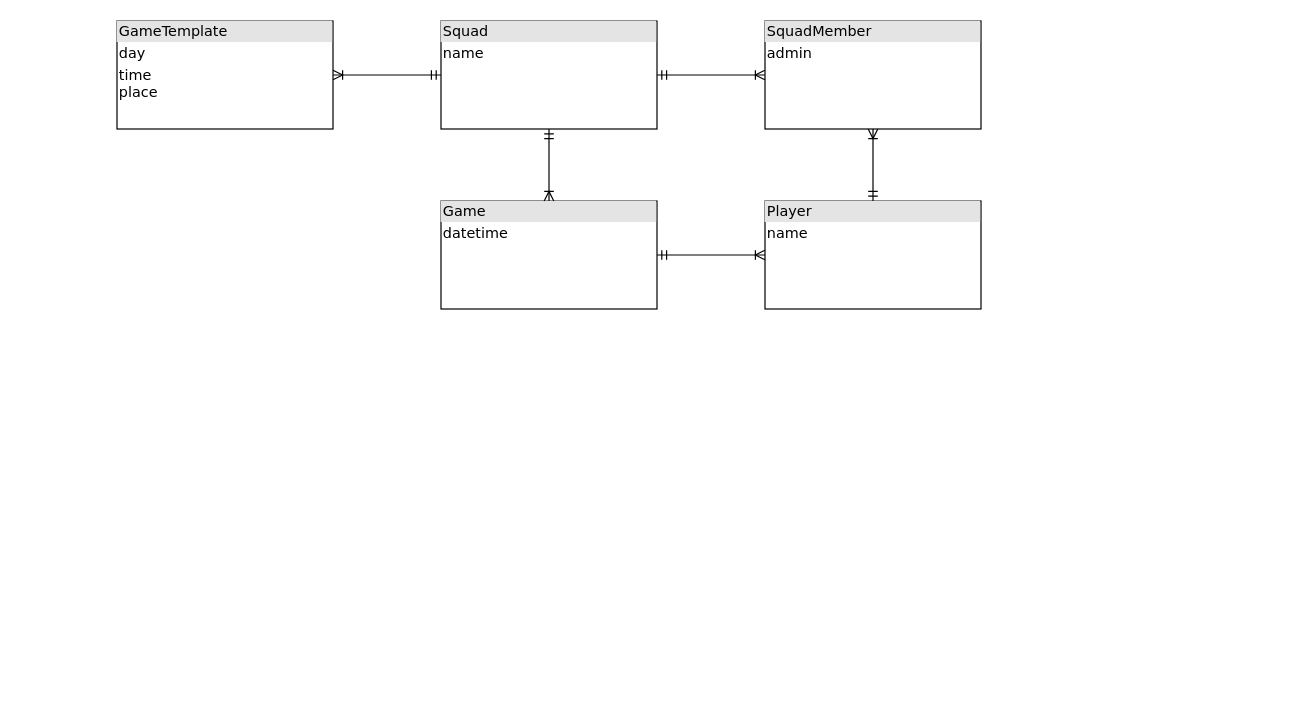
The draw.io diagram Untitled Diagram.drawio in aslakhellesoy/unpredictabletank, before the edit. Source tidied: cells renumbered, new cells numbered last; positions are measured from the earlier drawing's top-left corner, leaving out a move shared by most shapes. Both pictures are drawn from the tidied source at 120%, with x=0, y=0 at pixel (116, 20).
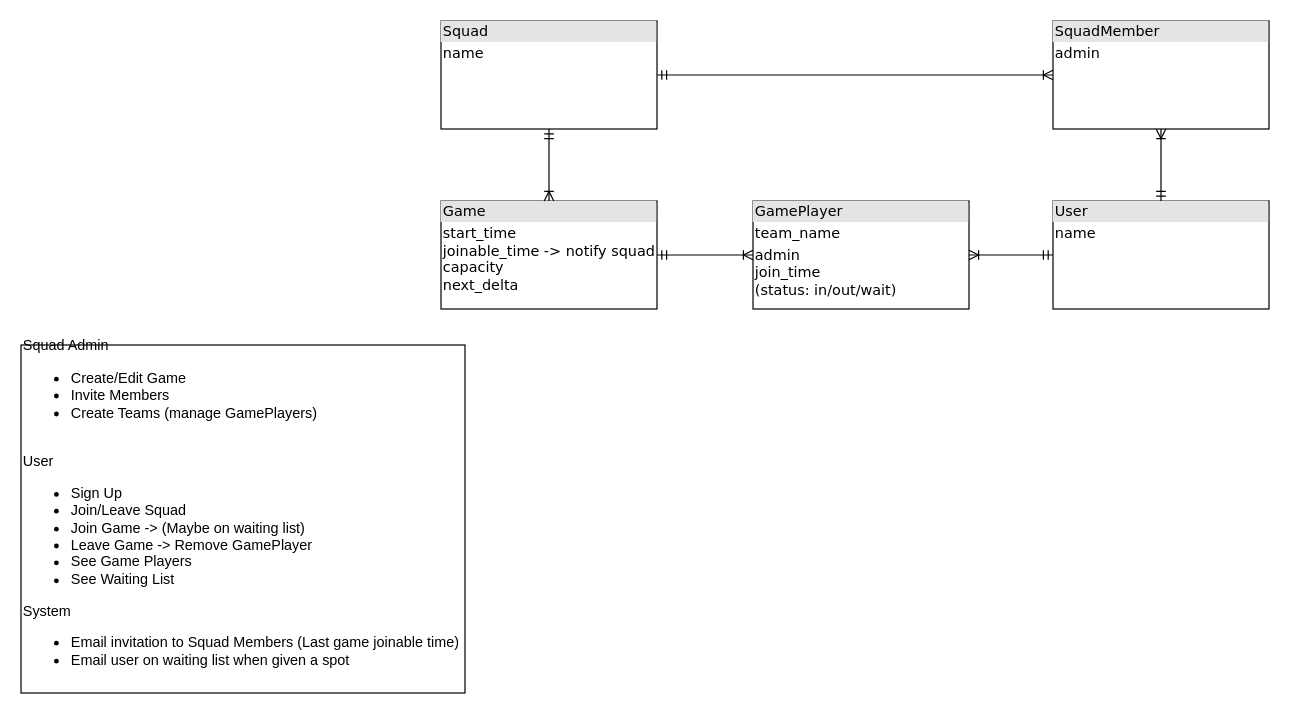
The same diagram, later.

The edit, as a diff of the source:
```diff
@@
 <mxGraphModel>
   <root>
     <mxCell id="0" />
     <mxCell id="1" parent="0" />
     <mxCell id="2" value="&lt;div style=&quot;box-sizing: border-box ; width: 100% ; background: #e4e4e4 ; padding: 2px&quot;&gt;Squad&lt;/div&gt;&lt;table style=&quot;width: 100% ; font-size: 1em&quot; cellspacing=&quot;0&quot; cellpadding=&quot;2&quot;&gt;&lt;tbody&gt;&lt;tr&gt;&lt;td&gt;name&lt;br&gt;&lt;br&gt;&lt;/td&gt;&lt;td&gt;&lt;br&gt;&lt;/td&gt;&lt;/tr&gt;&lt;tr&gt;&lt;td&gt;&lt;br&gt;&lt;/td&gt;&lt;td&gt;&lt;br&gt;&lt;/td&gt;&lt;/tr&gt;&lt;tr&gt;&lt;td&gt;&lt;br&gt;&lt;/td&gt;&lt;td&gt;&lt;br&gt;&lt;/td&gt;&lt;/tr&gt;&lt;/tbody&gt;&lt;/table&gt;" style="verticalAlign=top;align=left;overflow=fill;html=1;rounded=0;shadow=0;comic=0;labelBackgroundColor=none;strokeWidth=1;fontFamily=Verdana;fontSize=12;" parent="1" vertex="1">
       <mxGeometry x="270" width="180" height="90" as="geometry" />
     </mxCell>
     <mxCell id="3" style="edgeStyle=orthogonalEdgeStyle;html=1;entryX=0.5;entryY=0;dashed=1;labelBackgroundColor=none;startArrow=ERmandOne;endArrow=ERoneToMany;fontFamily=Verdana;fontSize=12;align=left;" parent="1" edge="1">
       <mxGeometry relative="1" as="geometry">
         <mxPoint x="620" y="90" as="sourcePoint" />
       </mxGeometry>
     </mxCell>
-    <mxCell id="4" value="&lt;div style=&quot;box-sizing: border-box ; width: 100% ; background: #e4e4e4 ; padding: 2px&quot;&gt;Game&lt;/div&gt;&lt;table style=&quot;width: 100% ; font-size: 1em&quot; cellspacing=&quot;0&quot; cellpadding=&quot;2&quot;&gt;&lt;tbody&gt;&lt;tr&gt;&lt;td&gt;datetime&lt;/td&gt;&lt;td&gt;&lt;br&gt;&lt;/td&gt;&lt;/tr&gt;&lt;tr&gt;&lt;td&gt;&lt;br&gt;&lt;/td&gt;&lt;td&gt;&lt;br&gt;&lt;/td&gt;&lt;/tr&gt;&lt;tr&gt;&lt;td&gt;&lt;br&gt;&lt;/td&gt;&lt;td&gt;&lt;br&gt;&lt;/td&gt;&lt;/tr&gt;&lt;/tbody&gt;&lt;/table&gt;" style="verticalAlign=top;align=left;overflow=fill;html=1;rounded=0;shadow=0;comic=0;labelBackgroundColor=none;strokeWidth=1;fontFamily=Verdana;fontSize=12;" parent="1" vertex="1">
+    <mxCell id="4" value="&lt;div style=&quot;box-sizing: border-box ; width: 100% ; background: #e4e4e4 ; padding: 2px&quot;&gt;Game&lt;/div&gt;&lt;table style=&quot;width: 100% ; font-size: 1em&quot; cellspacing=&quot;0&quot; cellpadding=&quot;2&quot;&gt;&lt;tbody&gt;&lt;tr&gt;&lt;td&gt;start_time&lt;br&gt;joinable_time -&amp;gt; notify squad&lt;br&gt;capacity&lt;br&gt;next_delta&lt;br&gt;&lt;/td&gt;&lt;td&gt;&lt;br&gt;&lt;/td&gt;&lt;/tr&gt;&lt;tr&gt;&lt;td&gt;&lt;br&gt;&lt;/td&gt;&lt;td&gt;&lt;br&gt;&lt;/td&gt;&lt;/tr&gt;&lt;tr&gt;&lt;td&gt;&lt;br&gt;&lt;/td&gt;&lt;td&gt;&lt;br&gt;&lt;/td&gt;&lt;/tr&gt;&lt;/tbody&gt;&lt;/table&gt;" style="verticalAlign=top;align=left;overflow=fill;html=1;rounded=0;shadow=0;comic=0;labelBackgroundColor=none;strokeWidth=1;fontFamily=Verdana;fontSize=12;" parent="1" vertex="1">
       <mxGeometry x="270" y="150" width="180" height="90" as="geometry" />
     </mxCell>
     <mxCell id="5" style="edgeStyle=orthogonalEdgeStyle;html=1;entryX=0.5;entryY=0;dashed=1;labelBackgroundColor=none;startArrow=ERmandOne;endArrow=ERoneToMany;fontFamily=Verdana;fontSize=12;align=left;" parent="1" edge="1">
       <mxGeometry relative="1" as="geometry">
         <mxPoint x="810" y="310" as="sourcePoint" />
       </mxGeometry>
     </mxCell>
     <mxCell id="6" style="edgeStyle=orthogonalEdgeStyle;html=1;endArrow=ERoneToMany;startArrow=ERmandOne;labelBackgroundColor=none;fontFamily=Verdana;fontSize=12;align=left;" parent="1" edge="1" source="2" target="4">
       <mxGeometry relative="1" as="geometry" />
     </mxCell>
     <mxCell id="7" value="&lt;div style=&quot;box-sizing: border-box ; width: 100% ; background: #e4e4e4 ; padding: 2px&quot;&gt;SquadMember&lt;/div&gt;&lt;table style=&quot;width: 100% ; font-size: 1em&quot; cellspacing=&quot;0&quot; cellpadding=&quot;2&quot;&gt;&lt;tbody&gt;&lt;tr&gt;&lt;td&gt;admin&lt;br&gt;&lt;/td&gt;&lt;td&gt;&lt;br&gt;&lt;/td&gt;&lt;/tr&gt;&lt;tr&gt;&lt;td&gt;&lt;br&gt;&lt;/td&gt;&lt;td&gt;&lt;br&gt;&lt;/td&gt;&lt;/tr&gt;&lt;tr&gt;&lt;td&gt;&lt;br&gt;&lt;/td&gt;&lt;td&gt;&lt;br&gt;&lt;/td&gt;&lt;/tr&gt;&lt;/tbody&gt;&lt;/table&gt;" style="verticalAlign=top;align=left;overflow=fill;html=1;rounded=0;shadow=0;comic=0;labelBackgroundColor=none;strokeWidth=1;fontFamily=Verdana;fontSize=12;" parent="1" vertex="1">
-      <mxGeometry x="540" width="180" height="90" as="geometry" />
+      <mxGeometry x="780" width="180" height="90" as="geometry" />
     </mxCell>
     <mxCell id="8" style="edgeStyle=orthogonalEdgeStyle;html=1;endArrow=ERoneToMany;startArrow=ERmandOne;labelBackgroundColor=none;fontFamily=Verdana;fontSize=12;align=left;exitX=1;exitY=0.5;entryX=0;entryY=0.5;exitDx=0;exitDy=0;entryDx=0;entryDy=0;" parent="1" edge="1" source="2" target="7">
       <mxGeometry relative="1" as="geometry" />
     </mxCell>
-    <mxCell id="9" value="&lt;div style=&quot;box-sizing: border-box ; width: 100% ; background: #e4e4e4 ; padding: 2px&quot;&gt;Player&lt;/div&gt;&lt;table style=&quot;width: 100% ; font-size: 1em&quot; cellspacing=&quot;0&quot; cellpadding=&quot;2&quot;&gt;&lt;tbody&gt;&lt;tr&gt;&lt;td&gt;name&lt;/td&gt;&lt;td&gt;&lt;br&gt;&lt;/td&gt;&lt;/tr&gt;&lt;tr&gt;&lt;td&gt;&lt;br&gt;&lt;/td&gt;&lt;td&gt;&lt;br&gt;&lt;/td&gt;&lt;/tr&gt;&lt;tr&gt;&lt;td&gt;&lt;br&gt;&lt;/td&gt;&lt;td&gt;&lt;br&gt;&lt;/td&gt;&lt;/tr&gt;&lt;/tbody&gt;&lt;/table&gt;" style="verticalAlign=top;align=left;overflow=fill;html=1;rounded=0;shadow=0;comic=0;labelBackgroundColor=none;strokeWidth=1;fontFamily=Verdana;fontSize=12;" parent="1" vertex="1">
-      <mxGeometry x="540" y="150" width="180" height="90" as="geometry" />
+    <mxCell id="9" value="&lt;div style=&quot;box-sizing: border-box ; width: 100% ; background: #e4e4e4 ; padding: 2px&quot;&gt;User&lt;/div&gt;&lt;table style=&quot;width: 100% ; font-size: 1em&quot; cellspacing=&quot;0&quot; cellpadding=&quot;2&quot;&gt;&lt;tbody&gt;&lt;tr&gt;&lt;td&gt;name&lt;/td&gt;&lt;td&gt;&lt;br&gt;&lt;/td&gt;&lt;/tr&gt;&lt;tr&gt;&lt;td&gt;&lt;br&gt;&lt;/td&gt;&lt;td&gt;&lt;br&gt;&lt;/td&gt;&lt;/tr&gt;&lt;tr&gt;&lt;td&gt;&lt;br&gt;&lt;/td&gt;&lt;td&gt;&lt;br&gt;&lt;/td&gt;&lt;/tr&gt;&lt;/tbody&gt;&lt;/table&gt;" style="verticalAlign=top;align=left;overflow=fill;html=1;rounded=0;shadow=0;comic=0;labelBackgroundColor=none;strokeWidth=1;fontFamily=Verdana;fontSize=12;" parent="1" vertex="1">
+      <mxGeometry x="780" y="150" width="180" height="90" as="geometry" />
     </mxCell>
     <mxCell id="10" style="edgeStyle=orthogonalEdgeStyle;html=1;endArrow=ERoneToMany;startArrow=ERmandOne;labelBackgroundColor=none;fontFamily=Verdana;fontSize=12;align=left;exitX=0.5;exitY=0;entryX=0.5;entryY=1;exitDx=0;exitDy=0;entryDx=0;entryDy=0;" parent="1" edge="1" source="9" target="7">
       <mxGeometry relative="1" as="geometry" />
     </mxCell>
-    <mxCell id="11" value="&lt;div style=&quot;box-sizing: border-box ; width: 100% ; background: #e4e4e4 ; padding: 2px&quot;&gt;GameTemplate&lt;/div&gt;&lt;table style=&quot;width: 100% ; font-size: 1em&quot; cellspacing=&quot;0&quot; cellpadding=&quot;2&quot;&gt;&lt;tbody&gt;&lt;tr&gt;&lt;td&gt;day&lt;/td&gt;&lt;td&gt;&lt;br&gt;&lt;/td&gt;&lt;/tr&gt;&lt;tr&gt;&lt;td&gt;time&lt;br&gt;place&lt;br&gt;&lt;/td&gt;&lt;td&gt;&lt;br&gt;&lt;/td&gt;&lt;/tr&gt;&lt;tr&gt;&lt;td&gt;&lt;br&gt;&lt;/td&gt;&lt;td&gt;&lt;br&gt;&lt;/td&gt;&lt;/tr&gt;&lt;/tbody&gt;&lt;/table&gt;" style="verticalAlign=top;align=left;overflow=fill;html=1;rounded=0;shadow=0;comic=0;labelBackgroundColor=none;strokeWidth=1;fontFamily=Verdana;fontSize=12;" parent="1" vertex="1">
-      <mxGeometry width="180" height="90" as="geometry" />
-    </mxCell>
-    <mxCell id="12" style="edgeStyle=orthogonalEdgeStyle;html=1;endArrow=ERoneToMany;startArrow=ERmandOne;labelBackgroundColor=none;fontFamily=Verdana;fontSize=12;align=left;" parent="1" edge="1" source="2" target="11">
-      <mxGeometry relative="1" as="geometry" />
-    </mxCell>
-    <mxCell id="13" style="edgeStyle=orthogonalEdgeStyle;html=1;endArrow=ERoneToMany;startArrow=ERmandOne;labelBackgroundColor=none;fontFamily=Verdana;fontSize=12;align=left;" parent="1" edge="1" source="4" target="9">
+    <mxCell id="13" style="edgeStyle=orthogonalEdgeStyle;html=1;endArrow=ERoneToMany;startArrow=ERmandOne;labelBackgroundColor=none;fontFamily=Verdana;fontSize=12;align=left;exitX=1;exitY=0.5;exitDx=0;exitDy=0;" parent="1" edge="1" source="4" target="14">
       <mxGeometry relative="1" as="geometry" />
     </mxCell>
+    <mxCell id="14" value="&lt;div style=&quot;box-sizing: border-box ; width: 100% ; background: #e4e4e4 ; padding: 2px&quot;&gt;GamePlayer&lt;/div&gt;&lt;table style=&quot;width: 100% ; font-size: 1em&quot; cellspacing=&quot;0&quot; cellpadding=&quot;2&quot;&gt;&lt;tbody&gt;&lt;tr&gt;&lt;td&gt;team_name&lt;/td&gt;&lt;td&gt;&lt;br&gt;&lt;/td&gt;&lt;/tr&gt;&lt;tr&gt;&lt;td&gt;admin&lt;br&gt;join_time&lt;br&gt;(status: in/out/wait)&lt;br&gt;&lt;/td&gt;&lt;td&gt;&lt;br&gt;&lt;/td&gt;&lt;/tr&gt;&lt;tr&gt;&lt;td&gt;&lt;br&gt;&lt;/td&gt;&lt;td&gt;&lt;br&gt;&lt;/td&gt;&lt;/tr&gt;&lt;/tbody&gt;&lt;/table&gt;" style="verticalAlign=top;align=left;overflow=fill;html=1;rounded=0;shadow=0;comic=0;labelBackgroundColor=none;strokeWidth=1;fontFamily=Verdana;fontSize=12;" parent="1" vertex="1">
+      <mxGeometry x="530" y="150" width="180" height="90" as="geometry" />
+    </mxCell>
+    <mxCell id="15" style="edgeStyle=orthogonalEdgeStyle;html=1;endArrow=ERoneToMany;startArrow=ERmandOne;labelBackgroundColor=none;fontFamily=Verdana;fontSize=12;align=left;" parent="1" edge="1" source="9" target="14">
+      <mxGeometry relative="1" as="geometry" />
+    </mxCell>
+    <mxCell id="16" value="&lt;div align=&quot;left&quot;&gt;Squad Admin&lt;br&gt;&lt;ul&gt;&lt;li&gt;Create/Edit Game&lt;/li&gt;&lt;li&gt;Invite Members&lt;/li&gt;&lt;li&gt;Create Teams (manage GamePlayers)&lt;br&gt;&lt;/li&gt;&lt;/ul&gt;&lt;/div&gt;&lt;div align=&quot;left&quot;&gt;&lt;br&gt;&lt;/div&gt;&lt;div align=&quot;left&quot;&gt;User&lt;ul&gt;&lt;li&gt;Sign Up&lt;/li&gt;&lt;li&gt;Join/Leave Squad&lt;br&gt;&lt;/li&gt;&lt;li&gt;Join Game -&amp;gt; (Maybe on waiting list)&lt;br&gt;&lt;/li&gt;&lt;li&gt;Leave Game -&amp;gt; Remove GamePlayer&lt;/li&gt;&lt;li&gt;See Game Players&lt;/li&gt;&lt;li&gt;See Waiting List&lt;/li&gt;&lt;/ul&gt;&lt;div&gt;System&lt;br&gt;&lt;ul&gt;&lt;li&gt;Email invitation to Squad Members (Last game joinable time)&lt;/li&gt;&lt;li&gt;Email user on waiting list when given a spot&lt;br&gt;&lt;/li&gt;&lt;/ul&gt;&lt;/div&gt;&lt;div&gt;&lt;br&gt;&lt;/div&gt;&lt;/div&gt;" style="rounded=0;whiteSpace=wrap;html=1;align=left;" parent="1" vertex="1">
+      <mxGeometry x="-80" y="270" width="370" height="290" as="geometry" />
+    </mxCell>
   </root>
 </mxGraphModel>
```
